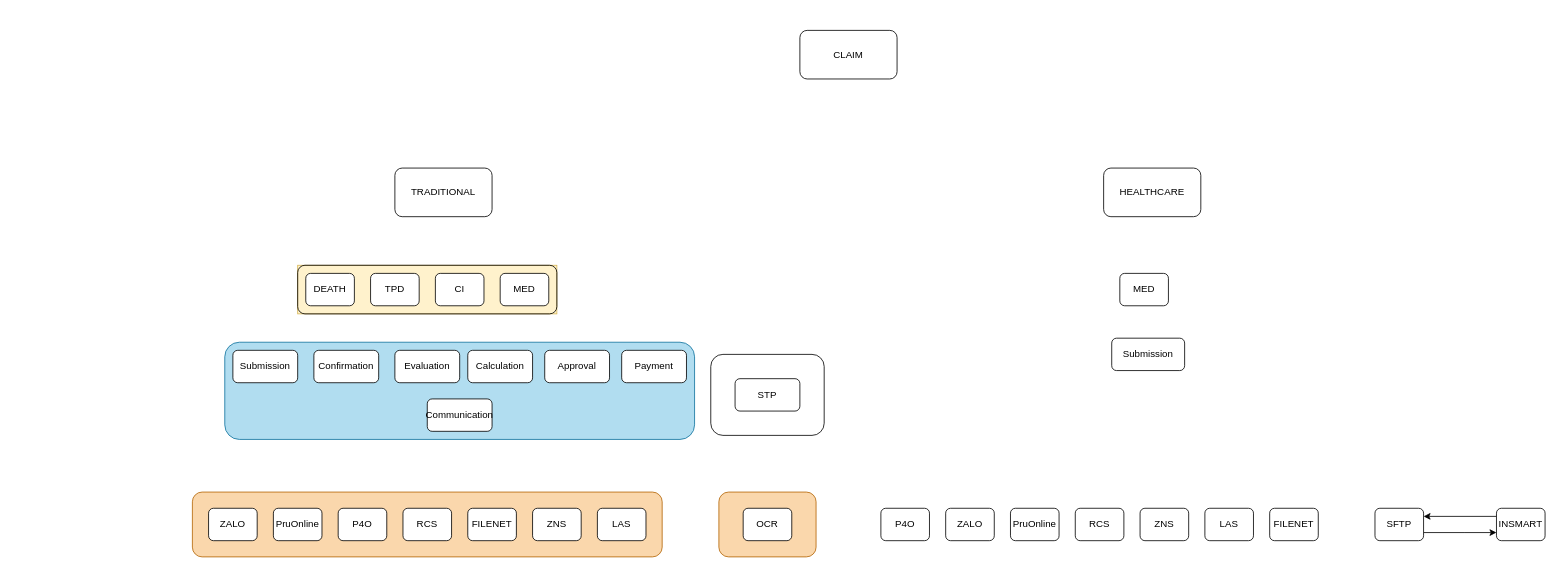
The draw.io diagram Diagram01.drawio in sonha167/ChirpSilencer, before the edit. Source tidied: cells renumbered, new cells numbered last; positions are measured from the earlier drawing's top-left corner, leaving out a move shared by most shapes. Both pictures are drawn from the tidied source at 81%, with x=0, y=0 at pixel (192, 30).
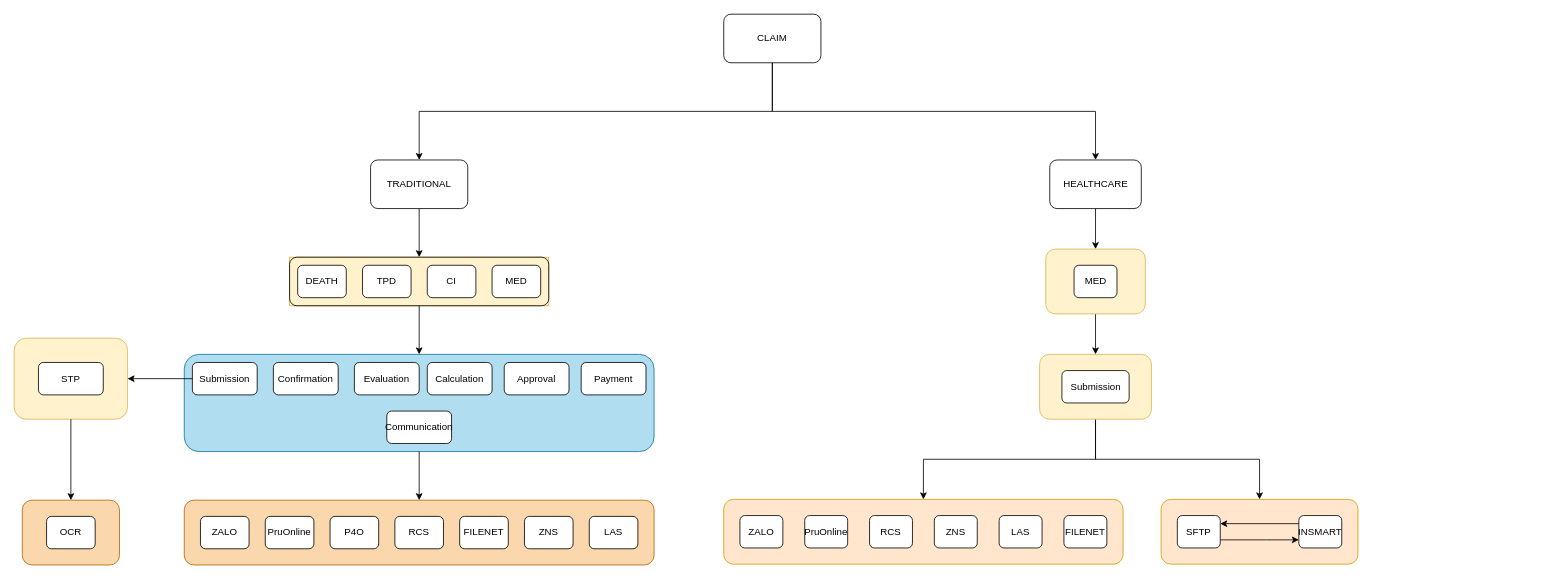
The same diagram, later.

The change refers to these unchanged cells:
```xml
<mxCell id="13" style="rounded=1;whiteSpace=wrap;html=1;fillColor=none;shadow=0;" parent="12" vertex="1">
  <mxGeometry width="320" height="60" as="geometry" />
</mxCell>
<mxCell id="19" style="rounded=1;whiteSpace=wrap;html=1;fillColor=#b1ddf0;strokeColor=#10739e;" parent="18" vertex="1">
  <mxGeometry x="-10" y="-10" width="580" height="120" as="geometry" />
</mxCell>
<mxCell id="20" value="Submission" style="rounded=1;whiteSpace=wrap;html=1;" parent="18" vertex="1">
  <mxGeometry width="80" height="40" as="geometry" />
</mxCell>
<mxCell id="38" style="rounded=1;whiteSpace=wrap;html=1;fillColor=#fad7ac;strokeColor=#b46504;" parent="37" vertex="1">
  <mxGeometry width="580" height="80" as="geometry" />
</mxCell>
<mxCell id="47" style="rounded=1;whiteSpace=wrap;html=1;fillColor=#fad7ac;strokeColor=#b46504;" parent="46" vertex="1">
  <mxGeometry width="120" height="80" as="geometry" />
</mxCell>
```

The edit, as a diff of the source:
```diff
@@
+    <mxCell id="49" style="edgeStyle=orthogonalEdgeStyle;rounded=0;jettySize=auto;html=1;entryX=0.5;entryY=0;entryDx=0;entryDy=0;" parent="1" edge="1" source="51" target="63">
+      <mxGeometry relative="1" as="geometry" />
+    </mxCell>
+    <mxCell id="50" style="edgeStyle=orthogonalEdgeStyle;rounded=0;jettySize=auto;html=1;exitX=0.5;exitY=1;exitDx=0;exitDy=0;entryX=0.5;entryY=0;entryDx=0;entryDy=0;" parent="1" edge="1" source="51" target="64">
+      <mxGeometry relative="1" as="geometry" />
+    </mxCell>
+    <mxCell id="51" style="rounded=1;whiteSpace=wrap;html=1;fillColor=#fff2cc;strokeColor=#d6b656;" parent="1" vertex="1">
+      <mxGeometry x="1046" y="400" width="138" height="80" as="geometry" />
+    </mxCell>
+    <mxCell id="52" style="edgeStyle=orthogonalEdgeStyle;rounded=0;jettySize=auto;html=1;exitX=0.5;exitY=1;exitDx=0;exitDy=0;entryX=0.5;entryY=0;entryDx=0;entryDy=0;" parent="1" edge="1" source="2" target="3">
+      <mxGeometry relative="1" as="geometry" />
+    </mxCell>
+    <mxCell id="53" style="edgeStyle=orthogonalEdgeStyle;rounded=0;jettySize=auto;html=1;exitX=0.5;exitY=1;exitDx=0;exitDy=0;entryX=0.5;entryY=0;entryDx=0;entryDy=0;" parent="1" edge="1" source="2" target="4">
+      <mxGeometry relative="1" as="geometry" />
+    </mxCell>
     <mxCell id="2" value="CLAIM" style="rounded=1;whiteSpace=wrap;html=1;" parent="1" vertex="1">
-      <mxGeometry x="750" width="120" height="60" as="geometry" />
+      <mxGeometry x="656" y="-20" width="120" height="60" as="geometry" />
     </mxCell>
+    <mxCell id="54" style="edgeStyle=orthogonalEdgeStyle;rounded=0;jettySize=auto;html=1;exitX=0.5;exitY=1;exitDx=0;exitDy=0;entryX=0.5;entryY=0;entryDx=0;entryDy=0;" parent="1" edge="1" source="3" target="13">
+      <mxGeometry relative="1" as="geometry" />
+    </mxCell>
     <mxCell id="3" value="TRADITIONAL" style="rounded=1;whiteSpace=wrap;html=1;" parent="1" vertex="1">
-      <mxGeometry x="250" y="170" width="120" height="60" as="geometry" />
+      <mxGeometry x="220" y="160" width="120" height="60" as="geometry" />
     </mxCell>
+    <mxCell id="55" style="edgeStyle=orthogonalEdgeStyle;rounded=0;jettySize=auto;html=1;entryX=0.5;entryY=0;entryDx=0;entryDy=0;" parent="1" edge="1" source="4" target="62">
+      <mxGeometry relative="1" as="geometry" />
+    </mxCell>
     <mxCell id="4" value="HEALTHCARE" style="rounded=1;whiteSpace=wrap;html=1;" parent="1" vertex="1">
-      <mxGeometry x="1125" y="170" width="120" height="60" as="geometry" />
+      <mxGeometry x="1058.5" y="160" width="113" height="60" as="geometry" />
     </mxCell>
-    <mxCell id="5" value="MED" style="rounded=1;whiteSpace=wrap;html=1;" parent="1" vertex="1">
-      <mxGeometry x="1145" y="300" width="60" height="40" as="geometry" />
-    </mxCell>
     <mxCell id="6" value="Submission" style="rounded=1;whiteSpace=wrap;html=1;" parent="1" vertex="1">
-      <mxGeometry x="1135" y="380" width="90" height="40" as="geometry" />
+      <mxGeometry x="1073.5" y="420" width="83" height="40" as="geometry" />
     </mxCell>
-    <mxCell id="7" value="RCS" style="rounded=1;whiteSpace=wrap;html=1;" parent="1" vertex="1">
-      <mxGeometry x="1090" y="590" width="60" height="40" as="geometry" />
-    </mxCell>
-    <mxCell id="8" value="LAS" style="rounded=1;whiteSpace=wrap;html=1;" parent="1" vertex="1">
-      <mxGeometry x="1250" y="590" width="60" height="40" as="geometry" />
-    </mxCell>
-    <mxCell id="9" value="ZNS" style="rounded=1;whiteSpace=wrap;html=1;" parent="1" vertex="1">
-      <mxGeometry x="1170" y="590" width="60" height="40" as="geometry" />
-    </mxCell>
-    <mxCell id="10" value="FILENET" style="rounded=1;whiteSpace=wrap;html=1;" parent="1" vertex="1">
-      <mxGeometry x="1330" y="590" width="60" height="40" as="geometry" />
-    </mxCell>
-    <mxCell id="11" value="P4O" style="rounded=1;whiteSpace=wrap;html=1;" parent="1" vertex="1">
-      <mxGeometry x="850" y="590" width="60" height="40" as="geometry" />
-    </mxCell>
     <mxCell id="12" style="group;fillColor=#fff2cc;strokeColor=#d6b656;" parent="1" vertex="1">
-      <mxGeometry x="130" y="290" width="320" height="60" as="geometry" />
+      <mxGeometry x="120" y="280" width="320" height="60" as="geometry" />
     </mxCell>
@@
     <mxCell id="18" style="group;" parent="1" vertex="1">
-      <mxGeometry x="50" y="395" width="570" height="110" as="geometry" />
+      <mxGeometry y="410" width="570" height="110" as="geometry" />
     </mxCell>
@@
-    <mxCell id="27" value="PruOnline" style="rounded=1;whiteSpace=wrap;html=1;" parent="1" vertex="1">
-      <mxGeometry x="1010" y="590" width="60" height="40" as="geometry" />
-    </mxCell>
-    <mxCell id="28" value="ZALO" style="rounded=1;whiteSpace=wrap;html=1;" parent="1" vertex="1">
-      <mxGeometry x="930" y="590" width="60" height="40" as="geometry" />
-    </mxCell>
-    <mxCell id="29" style="group;" parent="1" vertex="1">
-      <mxGeometry x="1460" y="590" width="210" height="40" as="geometry" />
-    </mxCell>
-    <mxCell id="30" style="edgeStyle=orthogonalEdgeStyle;rounded=0;jettySize=auto;html=1;" parent="29" edge="1" source="31" target="33">
-      <mxGeometry relative="1" as="geometry">
-        <Array as="points">
-          <mxPoint x="110" y="30" />
-          <mxPoint x="110" y="30" />
-        </Array>
-      </mxGeometry>
-    </mxCell>
-    <mxCell id="31" value="SFTP" style="rounded=1;whiteSpace=wrap;html=1;" parent="29" vertex="1">
-      <mxGeometry width="60" height="40" as="geometry" />
-    </mxCell>
-    <mxCell id="32" style="edgeStyle=orthogonalEdgeStyle;rounded=0;jettySize=auto;html=1;exitX=0;exitY=0.25;exitDx=0;exitDy=0;entryX=1;entryY=0.25;entryDx=0;entryDy=0;" parent="29" edge="1" source="33" target="31">
-      <mxGeometry relative="1" as="geometry" />
-    </mxCell>
-    <mxCell id="33" value="INSMART" style="rounded=1;whiteSpace=wrap;html=1;" parent="29" vertex="1">
-      <mxGeometry x="150" width="60" height="40" as="geometry" />
-    </mxCell>
-    <mxCell id="34" style="group;" parent="1" vertex="1">
-      <mxGeometry x="640" y="400" width="140" height="100" as="geometry" />
-    </mxCell>
-    <mxCell id="35" style="rounded=1;whiteSpace=wrap;html=1;fillColor=default;" parent="34" vertex="1">
-      <mxGeometry width="140" height="100" as="geometry" />
-    </mxCell>
-    <mxCell id="36" value="STP" style="rounded=1;whiteSpace=wrap;html=1;" parent="34" vertex="1">
-      <mxGeometry x="30" y="30" width="80" height="40" as="geometry" />
-    </mxCell>
     <mxCell id="37" style="group;" parent="1" vertex="1">
-      <mxGeometry y="570" width="580" height="80" as="geometry" />
+      <mxGeometry x="-10" y="580" width="580" height="80" as="geometry" />
     </mxCell>
@@
     <mxCell id="46" style="group;" parent="1" vertex="1">
-      <mxGeometry x="650" y="570" width="120" height="80" as="geometry" />
+      <mxGeometry x="-210" y="580" width="120" height="80" as="geometry" />
     </mxCell>
@@
+    <mxCell id="56" style="group;" parent="1" vertex="1">
+      <mxGeometry x="-220" y="380" width="140" height="100" as="geometry" />
+    </mxCell>
+    <mxCell id="35" style="rounded=1;whiteSpace=wrap;html=1;fillColor=#fff2cc;strokeColor=#d6b656;" parent="56" vertex="1">
+      <mxGeometry width="140" height="100" as="geometry" />
+    </mxCell>
+    <mxCell id="36" value="STP" style="rounded=1;whiteSpace=wrap;html=1;" parent="56" vertex="1">
+      <mxGeometry x="30" y="30" width="80" height="40" as="geometry" />
+    </mxCell>
+    <mxCell id="57" style="edgeStyle=orthogonalEdgeStyle;rounded=0;jettySize=auto;html=1;entryX=0.5;entryY=0;entryDx=0;entryDy=0;" parent="1" edge="1" source="62" target="51">
+      <mxGeometry relative="1" as="geometry" />
+    </mxCell>
+    <mxCell id="58" style="edgeStyle=orthogonalEdgeStyle;rounded=0;jettySize=auto;html=1;exitX=0.5;exitY=1;exitDx=0;exitDy=0;entryX=0.5;entryY=0;entryDx=0;entryDy=0;" parent="1" edge="1" source="13" target="19">
+      <mxGeometry relative="1" as="geometry" />
+    </mxCell>
+    <mxCell id="59" style="edgeStyle=orthogonalEdgeStyle;rounded=0;jettySize=auto;html=1;exitX=0;exitY=0.5;exitDx=0;exitDy=0;entryX=1;entryY=0.5;entryDx=0;entryDy=0;" parent="1" edge="1" source="20" target="35">
+      <mxGeometry relative="1" as="geometry" />
+    </mxCell>
+    <mxCell id="60" style="edgeStyle=orthogonalEdgeStyle;rounded=0;jettySize=auto;html=1;exitX=0.5;exitY=1;exitDx=0;exitDy=0;entryX=0.5;entryY=0;entryDx=0;entryDy=0;" parent="1" edge="1" source="35" target="47">
+      <mxGeometry relative="1" as="geometry" />
+    </mxCell>
+    <mxCell id="61" style="edgeStyle=orthogonalEdgeStyle;rounded=0;jettySize=auto;html=1;exitX=0.5;exitY=1;exitDx=0;exitDy=0;entryX=0.5;entryY=0;entryDx=0;entryDy=0;" parent="1" edge="1" source="19" target="38">
+      <mxGeometry relative="1" as="geometry" />
+    </mxCell>
+    <mxCell id="62" style="rounded=1;whiteSpace=wrap;html=1;fillColor=#fff2cc;strokeColor=#d6b656;" parent="1" vertex="1">
+      <mxGeometry x="1053.5" y="270" width="123" height="80" as="geometry" />
+    </mxCell>
+    <mxCell id="5" value="MED" style="rounded=1;whiteSpace=wrap;html=1;" parent="1" vertex="1">
+      <mxGeometry x="1088.5" y="290" width="53" height="40" as="geometry" />
+    </mxCell>
+    <mxCell id="63" style="rounded=1;whiteSpace=wrap;html=1;fillColor=#ffe6cc;strokeColor=#d79b00;" parent="1" vertex="1">
+      <mxGeometry x="656" y="579" width="493" height="80" as="geometry" />
+    </mxCell>
+    <mxCell id="7" value="RCS" style="rounded=1;whiteSpace=wrap;html=1;" parent="1" vertex="1">
+      <mxGeometry x="836" y="599" width="53" height="40" as="geometry" />
+    </mxCell>
+    <mxCell id="8" value="LAS" style="rounded=1;whiteSpace=wrap;html=1;" parent="1" vertex="1">
+      <mxGeometry x="996" y="599" width="53" height="40" as="geometry" />
+    </mxCell>
+    <mxCell id="9" value="ZNS" style="rounded=1;whiteSpace=wrap;html=1;" parent="1" vertex="1">
+      <mxGeometry x="916" y="599" width="53" height="40" as="geometry" />
+    </mxCell>
+    <mxCell id="10" value="FILENET" style="rounded=1;whiteSpace=wrap;html=1;" parent="1" vertex="1">
+      <mxGeometry x="1076" y="599" width="53" height="40" as="geometry" />
+    </mxCell>
+    <mxCell id="27" value="PruOnline" style="rounded=1;whiteSpace=wrap;html=1;" parent="1" vertex="1">
+      <mxGeometry x="756" y="599" width="53" height="40" as="geometry" />
+    </mxCell>
+    <mxCell id="28" value="ZALO" style="rounded=1;whiteSpace=wrap;html=1;" parent="1" vertex="1">
+      <mxGeometry x="676" y="599" width="53" height="40" as="geometry" />
+    </mxCell>
+    <mxCell id="64" style="rounded=1;whiteSpace=wrap;html=1;fillColor=#ffe6cc;strokeColor=#d79b00;" parent="1" vertex="1">
+      <mxGeometry x="1196" y="579" width="243" height="80" as="geometry" />
+    </mxCell>
+    <mxCell id="30" style="edgeStyle=orthogonalEdgeStyle;rounded=0;jettySize=auto;html=1;" parent="1" edge="1" source="31" target="33">
+      <mxGeometry relative="1" as="geometry">
+        <Array as="points">
+          <mxPoint x="1326" y="629" />
+          <mxPoint x="1326" y="629" />
+        </Array>
+      </mxGeometry>
+    </mxCell>
+    <mxCell id="31" value="SFTP" style="rounded=1;whiteSpace=wrap;html=1;" parent="1" vertex="1">
+      <mxGeometry x="1216" y="599" width="53" height="40" as="geometry" />
+    </mxCell>
+    <mxCell id="32" style="edgeStyle=orthogonalEdgeStyle;rounded=0;jettySize=auto;html=1;exitX=0;exitY=0.25;exitDx=0;exitDy=0;entryX=1;entryY=0.25;entryDx=0;entryDy=0;" parent="1" edge="1" source="33" target="31">
+      <mxGeometry relative="1" as="geometry" />
+    </mxCell>
+    <mxCell id="33" value="INSMART" style="rounded=1;whiteSpace=wrap;html=1;" parent="1" vertex="1">
+      <mxGeometry x="1366" y="599" width="53" height="40" as="geometry" />
+    </mxCell>
```
